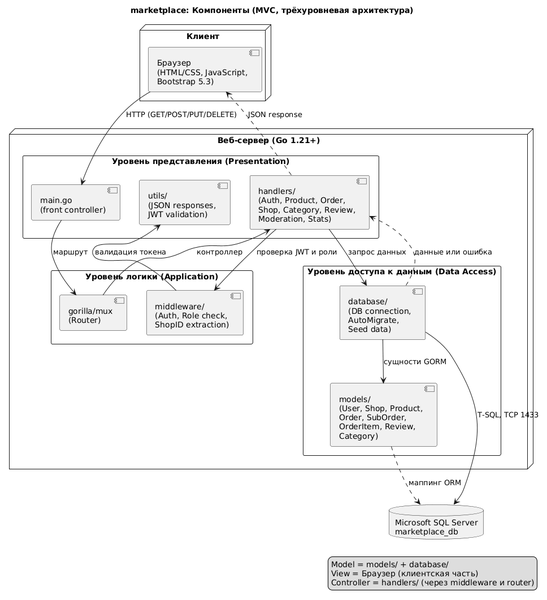
Above: docs/05-structure/component.png in SocLord/marketplace (PlantUML), before the change. The source it was exported from:
```plantuml
@startuml
title marketplace: Компоненты (MVC, трёхуровневая архитектура)

skinparam packageStyle rectangle

node "Клиент" {
  [Браузер\n(HTML/CSS, JavaScript,\nBootstrap 5.3)] as Browser
}

node "Веб-сервер (Go 1.21+)" {

  package "Уровень представления (Presentation)" {
    [main.go\n(front controller)] as Main
    [handlers/\n(Auth, Product, Order,\nShop, Category, Review,\nModeration, Stats)] as Handlers
    [utils/\n(JSON responses,\nJWT validation)] as Utils
  }

  package "Уровень логики (Application)" {
    [middleware/\n(Auth, Role check,\nShopID extraction)] as Middleware
    [gorilla/mux\n(Router)] as Router
  }

  package "Уровень доступа к данным (Data Access)" {
    [database/\n(DB connection,\nAutoMigrate,\nSeed data)] as DBLayer
    [models/\n(User, Shop, Product,\nOrder, SubOrder,\nOrderItem, Review,\nCategory)] as Models
  }
}

database "Microsoft SQL Server\nmarketplace_db" as MSSQL

Browser --> Main : HTTP (GET/POST/PUT/DELETE)
Main --> Router : маршрут
Router --> Handlers : контроллер
Handlers --> Middleware : проверка JWT и роли
Middleware --> Utils : валидация токена
Handlers --> DBLayer : запрос данных
DBLayer --> Models : сущности GORM
DBLayer --> MSSQL : T-SQL, TCP 1433
Models ..> MSSQL : маппинг ORM

Handlers ..> Browser : JSON response
DBLayer ..> Handlers : данные или ошибка

legend right
  Model = models/ + database/
  View = Браузер (клиентская часть)
  Controller = handlers/ (через middleware и router)
endlegend
@enduml
```
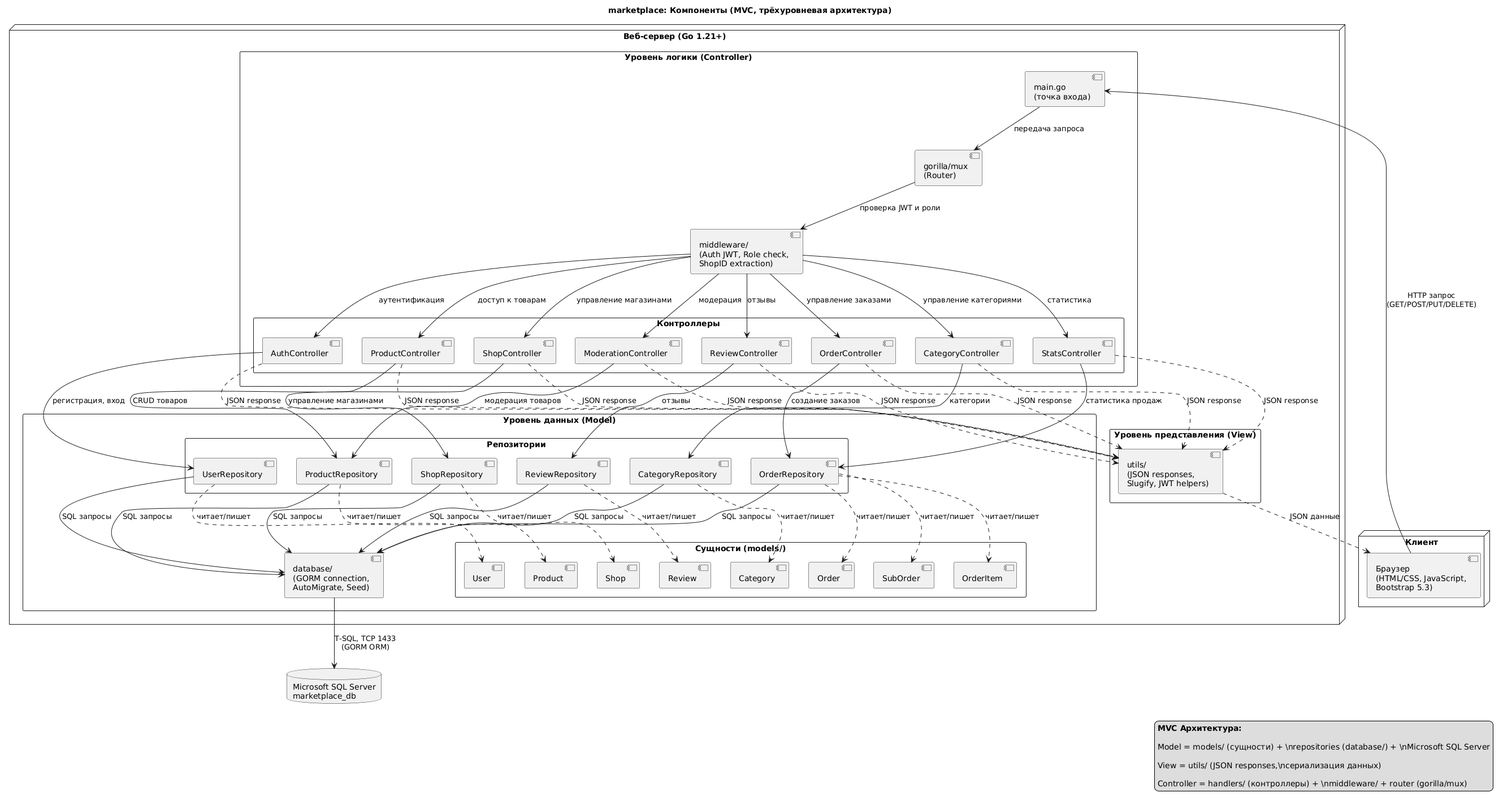
The same diagram one commit later.

Diff of the diagram source:
```diff
@@ -9,41 +9,111 @@
 
 node "Веб-сервер (Go 1.21+)" {
 
-  package "Уровень представления (Presentation)" {
-    [main.go\n(front controller)] as Main
-    [handlers/\n(Auth, Product, Order,\nShop, Category, Review,\nModeration, Stats)] as Handlers
-    [utils/\n(JSON responses,\nJWT validation)] as Utils
+  package "Уровень представления (View)" {
+    [utils/\n(JSON responses,\nSlugify, JWT helpers)] as View
   }
 
-  package "Уровень логики (Application)" {
-    [middleware/\n(Auth, Role check,\nShopID extraction)] as Middleware
+  package "Уровень логики (Controller)" {
+    [main.go\n(точка входа)] as Main
     [gorilla/mux\n(Router)] as Router
+    [middleware/\n(Auth JWT, Role check,\nShopID extraction)] as Middleware
+
+    rectangle "Контроллеры" {
+      [AuthController] as AuthCtrl
+      [ProductController] as ProdCtrl
+      [OrderController] as OrderCtrl
+      [ShopController] as ShopCtrl
+      [CategoryController] as CatCtrl
+      [ReviewController] as RevCtrl
+      [ModerationController] as ModCtrl
+      [StatsController] as StatsCtrl
+    }
   }
 
-  package "Уровень доступа к данным (Data Access)" {
-    [database/\n(DB connection,\nAutoMigrate,\nSeed data)] as DBLayer
-    [models/\n(User, Shop, Product,\nOrder, SubOrder,\nOrderItem, Review,\nCategory)] as Models
+  package "Уровень данных (Model)" {
+    rectangle "Репозитории" {
+      [UserRepository] as UserRepo
+      [ProductRepository] as ProdRepo
+      [OrderRepository] as OrderRepo
+      [ShopRepository] as ShopRepo
+      [CategoryRepository] as CatRepo
+      [ReviewRepository] as RevRepo
+    }
+
+    rectangle "Сущности (models/)" {
+      [User] as UserModel
+      [Shop] as ShopModel
+      [Product] as ProdModel
+      [Order] as OrderModel
+      [SubOrder] as SubOrderModel
+      [OrderItem] as ItemModel
+      [Review] as RevModel
+      [Category] as CatModel
+    }
+
+    [database/\n(GORM connection,\nAutoMigrate, Seed)] as DBLayer
   }
 }
 
 database "Microsoft SQL Server\nmarketplace_db" as MSSQL
 
-Browser --> Main : HTTP (GET/POST/PUT/DELETE)
-Main --> Router : маршрут
-Router --> Handlers : контроллер
-Handlers --> Middleware : проверка JWT и роли
-Middleware --> Utils : валидация токена
-Handlers --> DBLayer : запрос данных
-DBLayer --> Models : сущности GORM
-DBLayer --> MSSQL : T-SQL, TCP 1433
-Models ..> MSSQL : маппинг ORM
+Browser --> Main : HTTP запрос\n(GET/POST/PUT/DELETE)
+Main --> Router : передача запроса
+Router --> Middleware : проверка JWT и роли
+Middleware --> AuthCtrl : аутентификация
+Middleware --> ProdCtrl : доступ к товарам
+Middleware --> OrderCtrl : управление заказами
+Middleware --> ShopCtrl : управление магазинами
+Middleware --> CatCtrl : управление категориями
+Middleware --> RevCtrl : отзывы
+Middleware --> ModCtrl : модерация
+Middleware --> StatsCtrl : статистика
 
-Handlers ..> Browser : JSON response
-DBLayer ..> Handlers : данные или ошибка
+AuthCtrl --> UserRepo : регистрация, вход
+ProdCtrl --> ProdRepo : CRUD товаров
+OrderCtrl --> OrderRepo : создание заказов
+ShopCtrl --> ShopRepo : управление магазинами
+CatCtrl --> CatRepo : категории
+RevCtrl --> RevRepo : отзывы
+ModCtrl --> ProdRepo : модерация товаров
+StatsCtrl --> OrderRepo : статистика продаж
+
+UserRepo ..> UserModel : читает/пишет
+ProdRepo ..> ProdModel : читает/пишет
+OrderRepo ..> OrderModel : читает/пишет
+OrderRepo ..> SubOrderModel : читает/пишет
+OrderRepo ..> ItemModel : читает/пишет
+ShopRepo ..> ShopModel : читает/пишет
+CatRepo ..> CatModel : читает/пишет
+RevRepo ..> RevModel : читает/пишет
+
+UserRepo --> DBLayer : SQL запросы
+ProdRepo --> DBLayer : SQL запросы
+OrderRepo --> DBLayer : SQL запросы
+ShopRepo --> DBLayer : SQL запросы
+CatRepo --> DBLayer : SQL запросы
+RevRepo --> DBLayer : SQL запросы
+
+DBLayer --> MSSQL : T-SQL, TCP 1433\n(GORM ORM)
+
+AuthCtrl ..> View : JSON response
+ProdCtrl ..> View : JSON response
+OrderCtrl ..> View : JSON response
+ShopCtrl ..> View : JSON response
+CatCtrl ..> View : JSON response
+RevCtrl ..> View : JSON response
+ModCtrl ..> View : JSON response
+StatsCtrl ..> View : JSON response
+
+View ..> Browser : JSON данные
 
 legend right
-  Model = models/ + database/
-  View = Браузер (клиентская часть)
-  Controller = handlers/ (через middleware и router)
+  **MVC Архитектура:**
+
+  Model = models/ (сущности) + \nrepositories (database/) + \nMicrosoft SQL Server
+
+  View = utils/ (JSON responses,\nсериализация данных)
+
+  Controller = handlers/ (контроллеры) + \nmiddleware/ + router (gorilla/mux)
 endlegend
 @enduml
```
